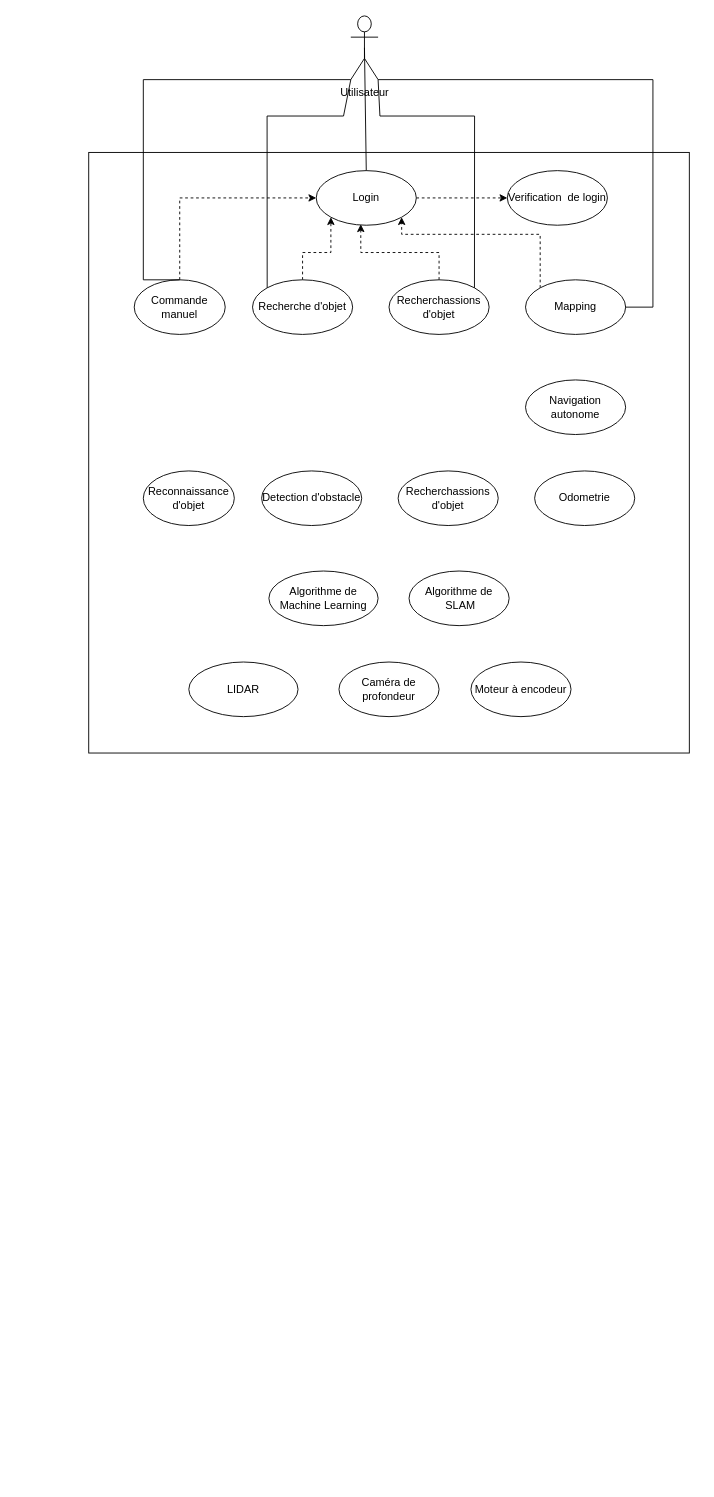
The draw.io diagram Diagramme sans nom.drawio in BigZ2000/zbot_5G, before the edit. Source tidied: cells renumbered, new cells numbered last; positions are measured from the earlier drawing's top-left corner, leaving out a move shared by most shapes. Both pictures are drawn from the tidied source at 91%, with x=0, y=0 at pixel (88, 15).
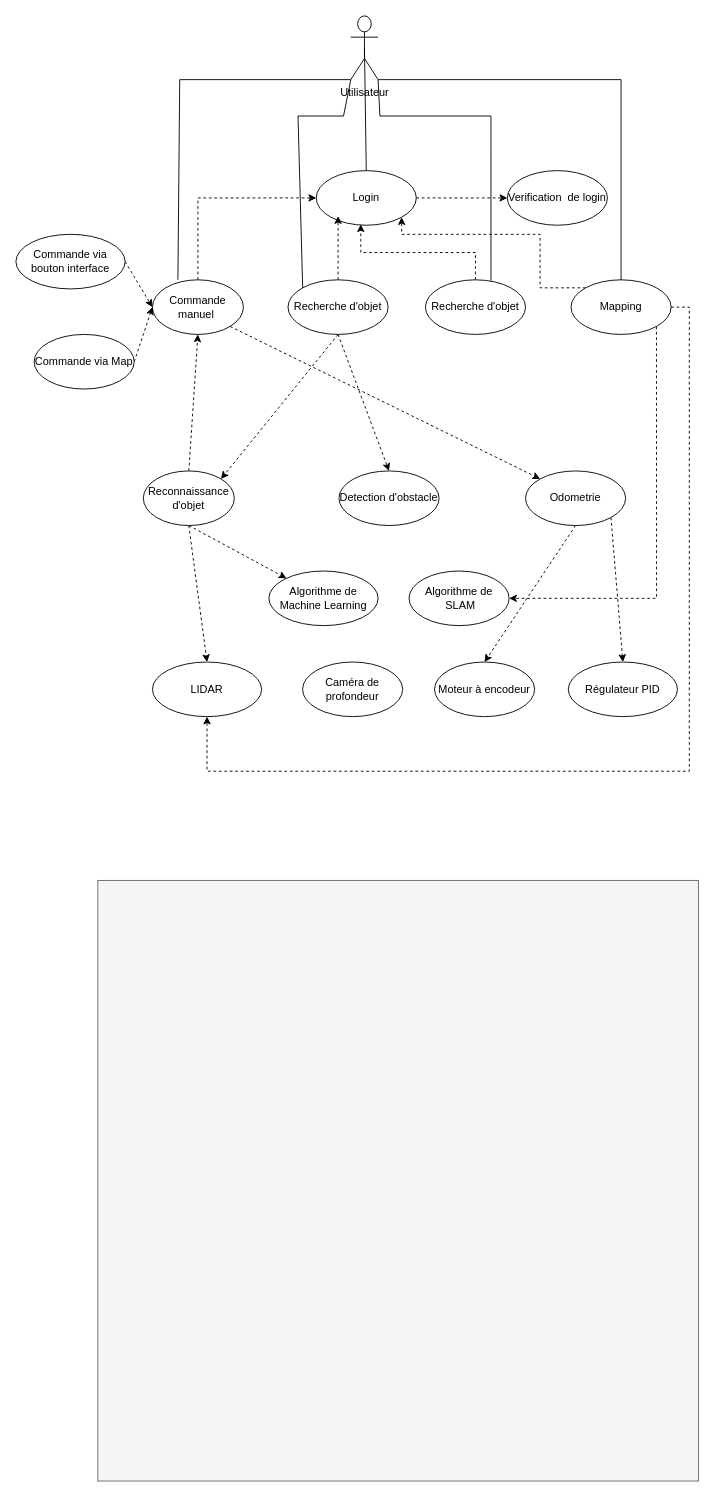
The same page after the edit.

Commit message (it also covers changes not shown here):
Mettre à jour Diagramme sans nom.drawio

The change refers to these unchanged cells:
```xml
<mxCell id="2" value="Utilisateur" style="shape=umlActor;verticalLabelPosition=bottom;verticalAlign=top;html=1;" parent="1" vertex="1">
  <mxGeometry x="288" width="30" height="70" as="geometry" />
</mxCell>
<mxCell id="5" value="Login" style="ellipse;whiteSpace=wrap;html=1;" parent="1" vertex="1">
  <mxGeometry x="250" y="170" width="110" height="60" as="geometry" />
</mxCell>
<mxCell id="16" value="Reconnaissance d'objet" style="ellipse;whiteSpace=wrap;html=1;" parent="1" vertex="1">
  <mxGeometry x="60" y="500" width="100" height="60" as="geometry" />
</mxCell>
<mxCell id="20" value="Algorithme de Machine Learning" style="ellipse;whiteSpace=wrap;html=1;" parent="1" vertex="1">
  <mxGeometry x="198" y="610" width="120" height="60" as="geometry" />
</mxCell>
<mxCell id="21" value="Algorithme de &amp;nbsp;SLAM" style="ellipse;whiteSpace=wrap;html=1;" parent="1" vertex="1">
  <mxGeometry x="352" y="610" width="110" height="60" as="geometry" />
</mxCell>
```

What changed in the source:
```diff
@@
-    <mxCell id="3" style="whiteSpace=wrap;html=1;" parent="1" vertex="1">
-      <mxGeometry y="150" width="660" height="660" as="geometry" />
+    <mxCell id="3" style="whiteSpace=wrap;html=1;fillColor=#f5f5f5;strokeColor=#666666;fontColor=#333333;" parent="1" vertex="1">
+      <mxGeometry x="10" y="950" width="660" height="660" as="geometry" />
     </mxCell>
@@
+    <mxCell id="30" style="edgeStyle=none;rounded=0;jettySize=auto;html=1;exitX=1;exitY=1;exitDx=0;exitDy=0;entryX=0;entryY=0;entryDx=0;entryDy=0;dashed=1;" parent="1" edge="1" source="7" target="17">
+      <mxGeometry relative="1" as="geometry" />
+    </mxCell>
-    <mxCell id="7" value="Commande manuel" style="ellipse;whiteSpace=wrap;html=1;" parent="1" vertex="1">
-      <mxGeometry x="50" y="290" width="100" height="60" as="geometry" />
+    <mxCell id="7" value="Commande manuel&amp;nbsp;" style="ellipse;whiteSpace=wrap;html=1;" parent="1" vertex="1">
+      <mxGeometry x="70" y="290" width="100" height="60" as="geometry" />
     </mxCell>
@@
+    <mxCell id="31" style="edgeStyle=none;rounded=0;jettySize=auto;html=1;exitX=1;exitY=1;exitDx=0;exitDy=0;entryX=1;entryY=0.5;entryDx=0;entryDy=0;dashed=1;" parent="1" edge="1" source="9" target="21">
+      <mxGeometry relative="1" as="geometry">
+        <Array as="points">
+          <mxPoint x="624" y="640" />
+        </Array>
+      </mxGeometry>
+    </mxCell>
+    <mxCell id="32" style="edgeStyle=none;rounded=0;jettySize=auto;html=1;exitX=1;exitY=0.5;exitDx=0;exitDy=0;entryX=0.5;entryY=1;entryDx=0;entryDy=0;dashed=1;" parent="1" edge="1" source="9" target="22">
+      <mxGeometry relative="1" as="geometry">
+        <Array as="points">
+          <mxPoint x="660" y="320" />
+          <mxPoint x="660" y="830" />
+          <mxPoint x="130" y="830" />
+        </Array>
+      </mxGeometry>
+    </mxCell>
     <mxCell id="9" value="Mapping" style="ellipse;whiteSpace=wrap;html=1;" parent="1" vertex="1">
-      <mxGeometry x="480" y="290" width="110" height="60" as="geometry" />
+      <mxGeometry x="530" y="290" width="110" height="60" as="geometry" />
     </mxCell>
-    <mxCell id="10" value="Navigation autonome" style="ellipse;whiteSpace=wrap;html=1;" parent="1" vertex="1">
-      <mxGeometry x="480" y="400" width="110" height="60" as="geometry" />
-    </mxCell>
@@
-    <mxCell id="12" value="Recherchassions d'objet" style="ellipse;whiteSpace=wrap;html=1;" parent="1" vertex="1">
-      <mxGeometry x="330" y="290" width="110" height="60" as="geometry" />
+    <mxCell id="12" value="Recherche d'objet" style="ellipse;whiteSpace=wrap;html=1;" parent="1" vertex="1">
+      <mxGeometry x="370" y="290" width="110" height="60" as="geometry" />
     </mxCell>
-    <mxCell id="13" style="edgeStyle=orthogonalEdgeStyle;rounded=0;jettySize=auto;html=1;exitX=0.5;exitY=0;exitDx=0;exitDy=0;entryX=0;entryY=1;entryDx=0;entryDy=0;dashed=1;" parent="1" edge="1" source="14" target="5">
-      <mxGeometry relative="1" as="geometry" />
+    <mxCell id="13" style="edgeStyle=orthogonalEdgeStyle;rounded=0;jettySize=auto;html=1;exitX=0.5;exitY=0;exitDx=0;exitDy=0;dashed=1;" parent="1" edge="1" source="14">
+      <mxGeometry relative="1" as="geometry">
+        <mxPoint x="274" y="220" as="targetPoint" />
+      </mxGeometry>
     </mxCell>
+    <mxCell id="33" style="edgeStyle=none;rounded=0;jettySize=auto;html=1;exitX=0.5;exitY=1;exitDx=0;exitDy=0;entryX=0.5;entryY=0;entryDx=0;entryDy=0;dashed=1;" parent="1" edge="1" source="14" target="19">
+      <mxGeometry relative="1" as="geometry" />
+    </mxCell>
+    <mxCell id="34" style="edgeStyle=none;rounded=0;jettySize=auto;html=1;exitX=0.5;exitY=1;exitDx=0;exitDy=0;entryX=1;entryY=0;entryDx=0;entryDy=0;dashed=1;" parent="1" edge="1" source="14" target="16">
+      <mxGeometry relative="1" as="geometry" />
+    </mxCell>
     <mxCell id="14" value="Recherche d'objet" style="ellipse;whiteSpace=wrap;html=1;" parent="1" vertex="1">
-      <mxGeometry x="180" y="290" width="110" height="60" as="geometry" />
+      <mxGeometry x="219" y="290" width="110" height="60" as="geometry" />
     </mxCell>
@@
+    <mxCell id="35" style="edgeStyle=none;rounded=0;jettySize=auto;html=1;exitX=0.5;exitY=0;exitDx=0;exitDy=0;entryX=0.5;entryY=1;entryDx=0;entryDy=0;dashed=1;" parent="1" edge="1" source="16" target="7">
+      <mxGeometry relative="1" as="geometry" />
+    </mxCell>
+    <mxCell id="36" style="edgeStyle=none;rounded=0;jettySize=auto;html=1;exitX=0.5;exitY=1;exitDx=0;exitDy=0;entryX=0.5;entryY=0;entryDx=0;entryDy=0;dashed=1;" parent="1" edge="1" source="16" target="22">
+      <mxGeometry relative="1" as="geometry" />
+    </mxCell>
+    <mxCell id="37" style="edgeStyle=none;rounded=0;jettySize=auto;html=1;exitX=0.5;exitY=1;exitDx=0;exitDy=0;dashed=1;" parent="1" edge="1" source="16" target="20">
+      <mxGeometry relative="1" as="geometry" />
+    </mxCell>
@@
+    <mxCell id="38" style="edgeStyle=none;rounded=0;jettySize=auto;html=1;exitX=0.5;exitY=1;exitDx=0;exitDy=0;entryX=0.5;entryY=0;entryDx=0;entryDy=0;dashed=1;" parent="1" edge="1" source="17" target="24">
+      <mxGeometry relative="1" as="geometry" />
+    </mxCell>
+    <mxCell id="39" style="edgeStyle=none;rounded=0;jettySize=auto;html=1;exitX=1;exitY=1;exitDx=0;exitDy=0;entryX=0.5;entryY=0;entryDx=0;entryDy=0;dashed=1;" parent="1" edge="1" source="17" target="44">
+      <mxGeometry relative="1" as="geometry" />
+    </mxCell>
     <mxCell id="17" value="Odometrie" style="ellipse;whiteSpace=wrap;html=1;" parent="1" vertex="1">
-      <mxGeometry x="490" y="500" width="110" height="60" as="geometry" />
+      <mxGeometry x="480" y="500" width="110" height="60" as="geometry" />
     </mxCell>
-    <mxCell id="18" value="Recherchassions d'objet" style="ellipse;whiteSpace=wrap;html=1;" parent="1" vertex="1">
-      <mxGeometry x="340" y="500" width="110" height="60" as="geometry" />
-    </mxCell>
     <mxCell id="19" value="Detection d'obstacle" style="ellipse;whiteSpace=wrap;html=1;" parent="1" vertex="1">
-      <mxGeometry x="190" y="500" width="110" height="60" as="geometry" />
+      <mxGeometry x="275" y="500" width="110" height="60" as="geometry" />
     </mxCell>
@@
     <mxCell id="22" value="LIDAR" style="ellipse;whiteSpace=wrap;html=1;" parent="1" vertex="1">
-      <mxGeometry x="110" y="710" width="120" height="60" as="geometry" />
+      <mxGeometry x="70" y="710" width="120" height="60" as="geometry" />
     </mxCell>
     <mxCell id="23" value="Caméra de profondeur" style="ellipse;whiteSpace=wrap;html=1;" parent="1" vertex="1">
-      <mxGeometry x="275" y="710" width="110" height="60" as="geometry" />
+      <mxGeometry x="235" y="710" width="110" height="60" as="geometry" />
     </mxCell>
     <mxCell id="24" value="Moteur à encodeur" style="ellipse;whiteSpace=wrap;html=1;" parent="1" vertex="1">
-      <mxGeometry x="420" y="710" width="110" height="60" as="geometry" />
+      <mxGeometry x="380" y="710" width="110" height="60" as="geometry" />
     </mxCell>
@@
-    <mxCell id="26" style="endArrow=none;html=1;rounded=0;entryX=0;entryY=1;entryDx=0;entryDy=0;entryPerimeter=0;exitX=0.5;exitY=0;exitDx=0;exitDy=0;" parent="1" edge="1" source="7" target="2">
+    <mxCell id="26" style="endArrow=none;html=1;rounded=0;entryX=0;entryY=1;entryDx=0;entryDy=0;entryPerimeter=0;exitX=0.28;exitY=0;exitDx=0;exitDy=0;exitPerimeter=0;" parent="1" edge="1" source="7" target="2">
       <mxGeometry relative="1" as="geometry">
         <Array as="points">
-          <mxPoint x="60" y="290" />
-          <mxPoint x="60" y="70" />
+          <mxPoint x="100" y="70" />
         </Array>
       </mxGeometry>
     </mxCell>
-    <mxCell id="27" style="endArrow=none;html=1;rounded=0;entryX=1;entryY=1;entryDx=0;entryDy=0;entryPerimeter=0;exitX=1;exitY=0.5;exitDx=0;exitDy=0;" parent="1" edge="1" source="9" target="2">
+    <mxCell id="27" style="endArrow=none;html=1;rounded=0;entryX=1;entryY=1;entryDx=0;entryDy=0;entryPerimeter=0;exitX=0.5;exitY=0;exitDx=0;exitDy=0;" parent="1" edge="1" source="9" target="2">
       <mxGeometry relative="1" as="geometry">
         <Array as="points">
-          <mxPoint x="620" y="320" />
-          <mxPoint x="620" y="70" />
+          <mxPoint x="585" y="70" />
         </Array>
       </mxGeometry>
     </mxCell>
     <mxCell id="28" style="endArrow=none;html=1;rounded=0;exitX=0;exitY=0;exitDx=0;exitDy=0;entryX=0;entryY=1;entryDx=0;entryDy=0;entryPerimeter=0;" parent="1" edge="1" source="14" target="2">
       <mxGeometry relative="1" as="geometry">
         <Array as="points">
-          <mxPoint x="196" y="110" />
+          <mxPoint x="230" y="110" />
           <mxPoint x="280" y="110" />
         </Array>
       </mxGeometry>
     </mxCell>
-    <mxCell id="29" style="endArrow=none;html=1;rounded=0;entryX=1;entryY=1;entryDx=0;entryDy=0;entryPerimeter=0;exitX=1;exitY=0;exitDx=0;exitDy=0;" parent="1" edge="1" source="12" target="2">
+    <mxCell id="29" style="endArrow=none;html=1;rounded=0;entryX=1;entryY=1;entryDx=0;entryDy=0;entryPerimeter=0;exitX=0.655;exitY=0.017;exitDx=0;exitDy=0;exitPerimeter=0;" parent="1" edge="1" source="12" target="2">
       <mxGeometry relative="1" as="geometry">
         <Array as="points">
-          <mxPoint x="424" y="110" />
+          <mxPoint x="442" y="110" />
           <mxPoint x="320" y="110" />
         </Array>
       </mxGeometry>
     </mxCell>
+    <mxCell id="40" style="edgeStyle=none;rounded=0;jettySize=auto;html=1;exitX=1;exitY=0.5;exitDx=0;exitDy=0;entryX=0;entryY=0.5;entryDx=0;entryDy=0;dashed=1;" parent="1" edge="1" source="41" target="7">
+      <mxGeometry relative="1" as="geometry" />
+    </mxCell>
+    <mxCell id="41" value="Commande via bouton interface" style="ellipse;whiteSpace=wrap;html=1;" parent="1" vertex="1">
+      <mxGeometry x="-80" y="240" width="120" height="60" as="geometry" />
+    </mxCell>
+    <mxCell id="42" style="edgeStyle=none;rounded=0;jettySize=auto;html=1;exitX=1;exitY=0.5;exitDx=0;exitDy=0;dashed=1;" parent="1" edge="1" source="43">
+      <mxGeometry relative="1" as="geometry">
+        <mxPoint x="70" y="320" as="targetPoint" />
+      </mxGeometry>
+    </mxCell>
+    <mxCell id="43" value="Commande via Map" style="ellipse;whiteSpace=wrap;html=1;" parent="1" vertex="1">
+      <mxGeometry x="-60" y="350" width="110" height="60" as="geometry" />
+    </mxCell>
+    <mxCell id="44" value="Régulateur PID" style="ellipse;whiteSpace=wrap;html=1;" parent="1" vertex="1">
+      <mxGeometry x="527" y="710" width="120" height="60" as="geometry" />
+    </mxCell>
```
